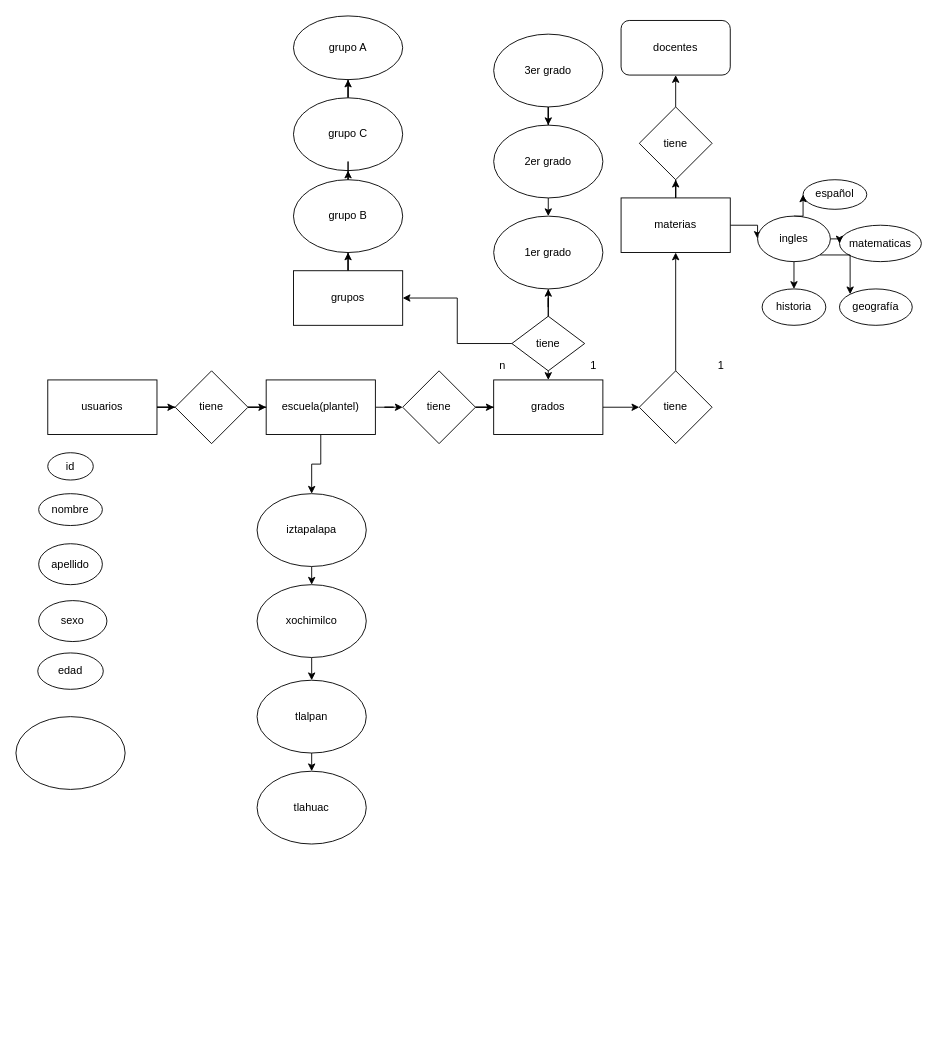
Before: BaseDeDatos.drawio in zeykescamilla/ProyectoEscuela, a draw.io diagram. Source tidied: cells renumbered, new cells numbered last; positions are measured from the earlier drawing's top-left corner, leaving out a move shared by most shapes. Both pictures are drawn from the tidied source at 91%, with x=0, y=0 at pixel (15, 15).
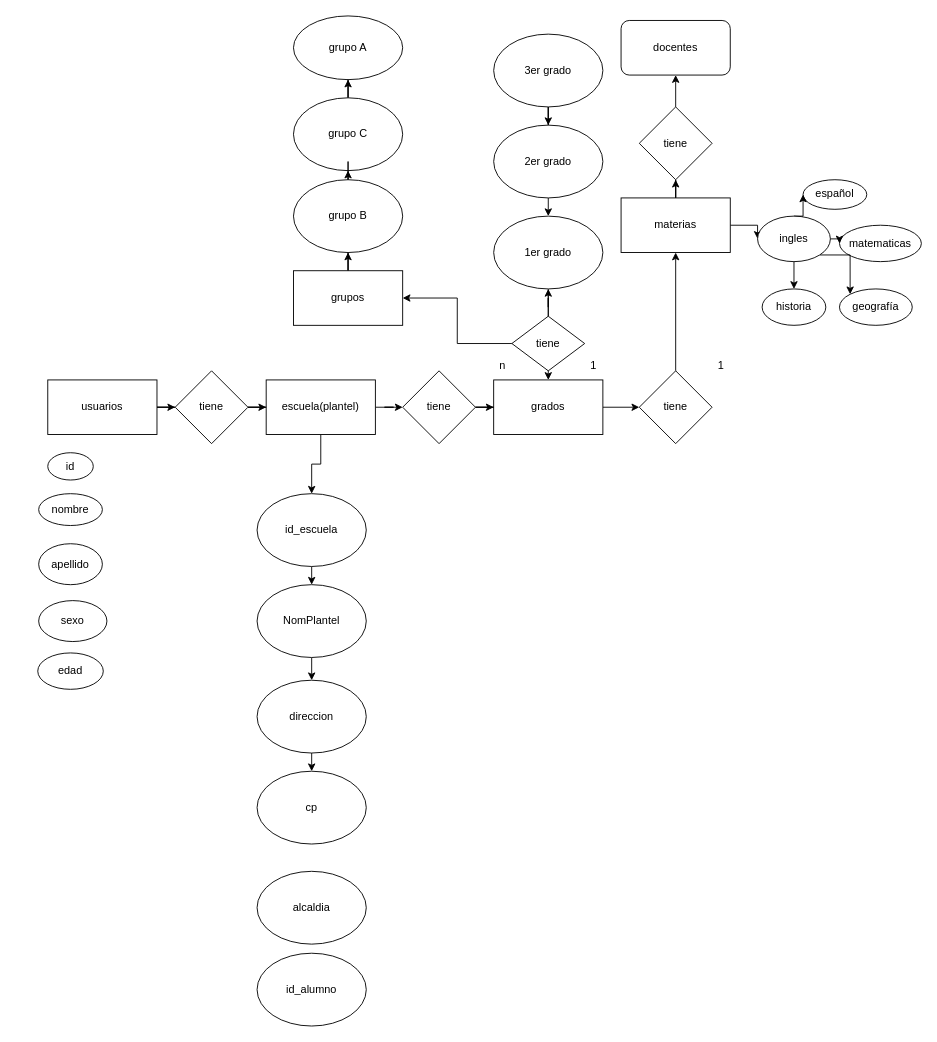
The same diagram, later.

What changed in the source:
```diff
@@
-    <mxCell id="40" value="xochimilco" style="ellipse;whiteSpace=wrap;html=1;" parent="1" vertex="1">
+    <mxCell id="40" value="NomPlantel" style="ellipse;whiteSpace=wrap;html=1;" parent="1" vertex="1">
       <mxGeometry x="265" y="625" width="120" height="80" as="geometry" />
     </mxCell>
@@
-    <mxCell id="42" value="tlalpan" style="ellipse;whiteSpace=wrap;html=1;" parent="1" vertex="1">
+    <mxCell id="42" value="direccion" style="ellipse;whiteSpace=wrap;html=1;" parent="1" vertex="1">
       <mxGeometry x="265" y="730" width="120" height="80" as="geometry" />
     </mxCell>
@@
-    <mxCell id="44" value="iztapalapa" style="ellipse;whiteSpace=wrap;html=1;" parent="1" vertex="1">
+    <mxCell id="44" value="id_escuela" style="ellipse;whiteSpace=wrap;html=1;" parent="1" vertex="1">
       <mxGeometry x="265" y="525" width="120" height="80" as="geometry" />
     </mxCell>
-    <mxCell id="45" value="tlahuac" style="ellipse;whiteSpace=wrap;html=1;" parent="1" vertex="1">
+    <mxCell id="45" value="cp" style="ellipse;whiteSpace=wrap;html=1;" parent="1" vertex="1">
       <mxGeometry x="265" y="830" width="120" height="80" as="geometry" />
     </mxCell>
@@
-    <mxCell id="48" style="ellipse;whiteSpace=wrap;html=1;" parent="1" vertex="1">
-      <mxGeometry y="770" width="120" height="80" as="geometry" />
+    <mxCell id="48" value="alcaldia" style="ellipse;whiteSpace=wrap;html=1;" parent="1" vertex="1">
+      <mxGeometry x="265" y="940" width="120" height="80" as="geometry" />
     </mxCell>
@@
+    <mxCell id="62" value="id_alumno" style="ellipse;whiteSpace=wrap;html=1;" parent="1" vertex="1">
+      <mxGeometry x="265" y="1030" width="120" height="80" as="geometry" />
+    </mxCell>
```
